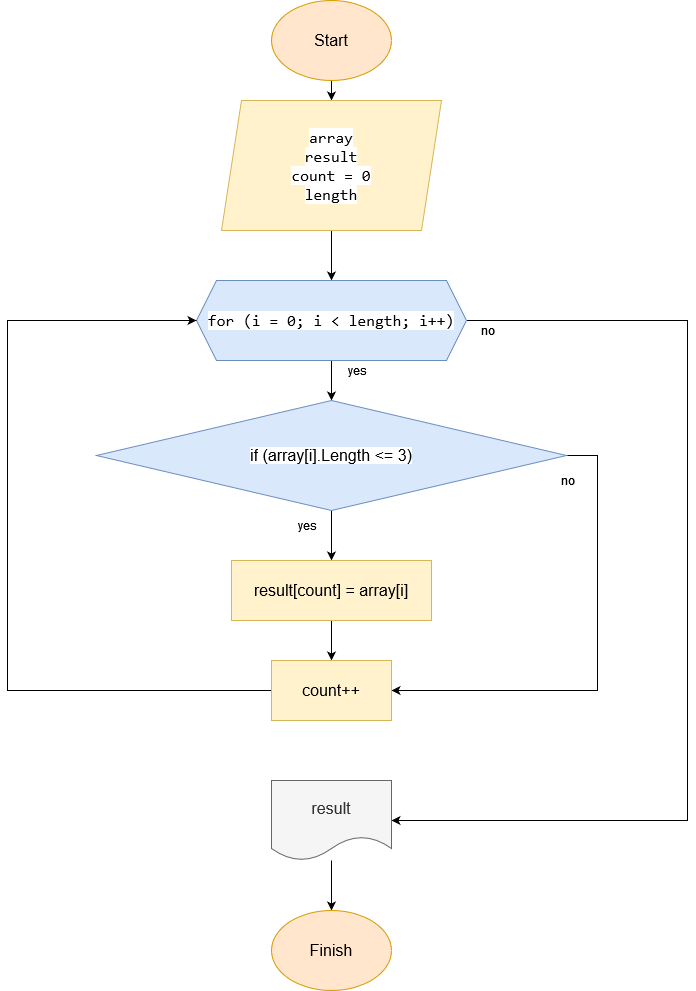
The draw.io diagram Blok-cxema/Blok-cxema.png in KiirIv/Control_Project, before a commit. Source tidied: cells renumbered, new cells last; positions are measured from the earlier drawing's top-left corner, leaving out a move shared by most shapes.
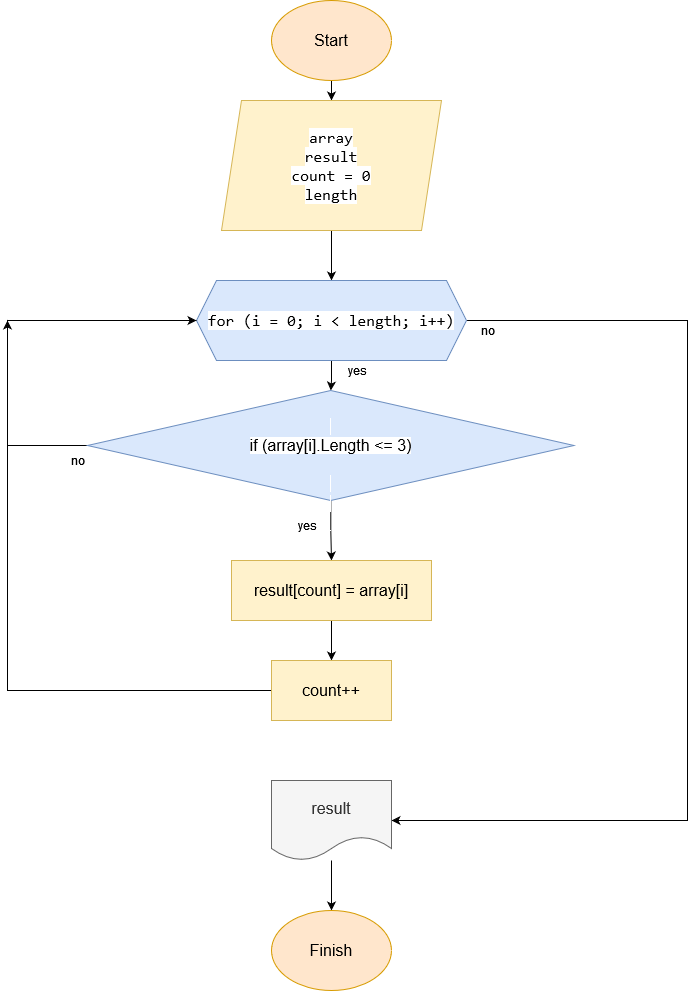
After the commit.

Commit message:
редактирована  блок схема

Diff of the diagram source:
```diff
@@ -31,16 +31,13 @@
     <mxCell id="9" style="edgeStyle=orthogonalEdgeStyle;rounded=0;jettySize=auto;html=1;" parent="1" edge="1" source="11" target="13">
       <mxGeometry relative="1" as="geometry" />
     </mxCell>
-    <mxCell id="10" style="edgeStyle=orthogonalEdgeStyle;rounded=0;jettySize=auto;html=1;entryX=1;entryY=0.5;entryDx=0;entryDy=0;" parent="1" edge="1" source="11" target="18">
-      <mxGeometry relative="1" as="geometry">
-        <Array as="points">
-          <mxPoint x="590" y="455" />
-          <mxPoint x="590" y="690" />
-        </Array>
-      </mxGeometry>
-    </mxCell>
+    <mxCell id="23" style="edgeStyle=orthogonalEdgeStyle;rounded=0;jettySize=auto;html=1;exitX=0;exitY=0.5;exitDx=0;exitDy=0;" parent="1" edge="1" source="11">
+      <mxGeometry relative="1" as="geometry">
+        <mxPoint y="320" as="targetPoint" />
+      </mxGeometry>
+    </mxCell>
     <mxCell id="11" value="&lt;div style=&quot;font-size: 16px;&quot;&gt;&lt;font style=&quot;font-size: 16px;&quot;&gt;&lt;br&gt;&lt;/font&gt;&lt;/div&gt;&lt;div style=&quot;font-size: 16px;&quot;&gt;&lt;font style=&quot;font-size: 16px;&quot;&gt;&lt;br&gt;&lt;/font&gt;&lt;/div&gt;&lt;div&gt;&lt;font style=&quot;font-size: 16px;&quot;&gt;&lt;span style=&quot;background-color: rgb(255, 255, 255);&quot;&gt;&lt;br&gt;&lt;/span&gt;&lt;/font&gt;&lt;/div&gt;&lt;div style=&quot;font-size: 16px;&quot;&gt;&lt;font style=&quot;font-size: 16px;&quot;&gt;&lt;span style=&quot;background-color: rgb(255, 255, 255);&quot;&gt;if&lt;/span&gt;&lt;span style=&quot;background-color: rgb(255, 255, 255);&quot;&gt; &lt;/span&gt;&lt;span style=&quot;background-color: rgb(255, 255, 255);&quot;&gt;(&lt;/span&gt;&lt;span style=&quot;background-color: rgb(255, 255, 255);&quot;&gt;array&lt;/span&gt;&lt;span style=&quot;background-color: rgb(255, 255, 255);&quot;&gt;[&lt;/span&gt;&lt;span style=&quot;background-color: rgb(255, 255, 255);&quot;&gt;i&lt;/span&gt;&lt;span style=&quot;background-color: rgb(255, 255, 255);&quot;&gt;]&lt;/span&gt;&lt;span style=&quot;background-color: rgb(255, 255, 255);&quot;&gt;.&lt;/span&gt;&lt;span style=&quot;background-color: rgb(255, 255, 255);&quot;&gt;Length&lt;/span&gt;&lt;span style=&quot;background-color: rgb(255, 255, 255);&quot;&gt; &lt;/span&gt;&lt;span style=&quot;background-color: rgb(255, 255, 255);&quot;&gt;&amp;lt;=&lt;/span&gt;&lt;span style=&quot;background-color: rgb(255, 255, 255);&quot;&gt; &lt;/span&gt;&lt;span style=&quot;background-color: rgb(255, 255, 255);&quot;&gt;3&lt;/span&gt;&lt;span style=&quot;background-color: rgb(255, 255, 255);&quot;&gt;)&lt;/span&gt;&lt;/font&gt;&lt;/div&gt;&lt;div style=&quot;font-family: Consolas, &amp;quot;Courier New&amp;quot;, monospace; font-weight: normal; font-size: 16px; line-height: 19px;&quot;&gt;&lt;div&gt;&lt;br&gt;&lt;/div&gt;&lt;/div&gt;&lt;font style=&quot;font-size: 16px;&quot;&gt;&lt;span style=&quot;background-color: rgb(255, 255, 255);&quot;&gt;&lt;br&gt;&lt;br&gt;&lt;/span&gt;&lt;/font&gt;" style="rhombus;whiteSpace=wrap;html=1;fillColor=#dae8fc;strokeColor=#6c8ebf;" parent="1" vertex="1">
-      <mxGeometry x="89" y="400" width="470" height="110" as="geometry" />
+      <mxGeometry x="80" y="390" width="486.5" height="110" as="geometry" />
     </mxCell>
     <mxCell id="12" style="edgeStyle=orthogonalEdgeStyle;rounded=0;jettySize=auto;html=1;" parent="1" edge="1" source="13" target="18">
       <mxGeometry relative="1" as="geometry" />
@@ -74,11 +71,11 @@
     <mxCell id="20" value="yes" style="text;html=1;align=center;verticalAlign=middle;strokeColor=none;fillColor=none;" parent="1" vertex="1">
       <mxGeometry x="280" y="510" width="40" height="30" as="geometry" />
     </mxCell>
+    <mxCell id="22" value="no" style="text;html=1;align=center;verticalAlign=middle;strokeColor=none;fillColor=none;" parent="1" vertex="1">
+      <mxGeometry x="460" y="315" width="40" height="30" as="geometry" />
+    </mxCell>
     <mxCell id="21" value="no" style="text;html=1;align=center;verticalAlign=middle;strokeColor=none;fillColor=none;" parent="1" vertex="1">
-      <mxGeometry x="540" y="465" width="40" height="30" as="geometry" />
+      <mxGeometry x="50" y="445" width="40" height="30" as="geometry" />
     </mxCell>
-    <mxCell id="22" value="no" style="text;html=1;align=center;verticalAlign=middle;strokeColor=none;fillColor=none;" parent="1" vertex="1">
-      <mxGeometry x="460" y="315" width="40" height="30" as="geometry" />
-    </mxCell>
   </root>
 </mxGraphModel>
```
